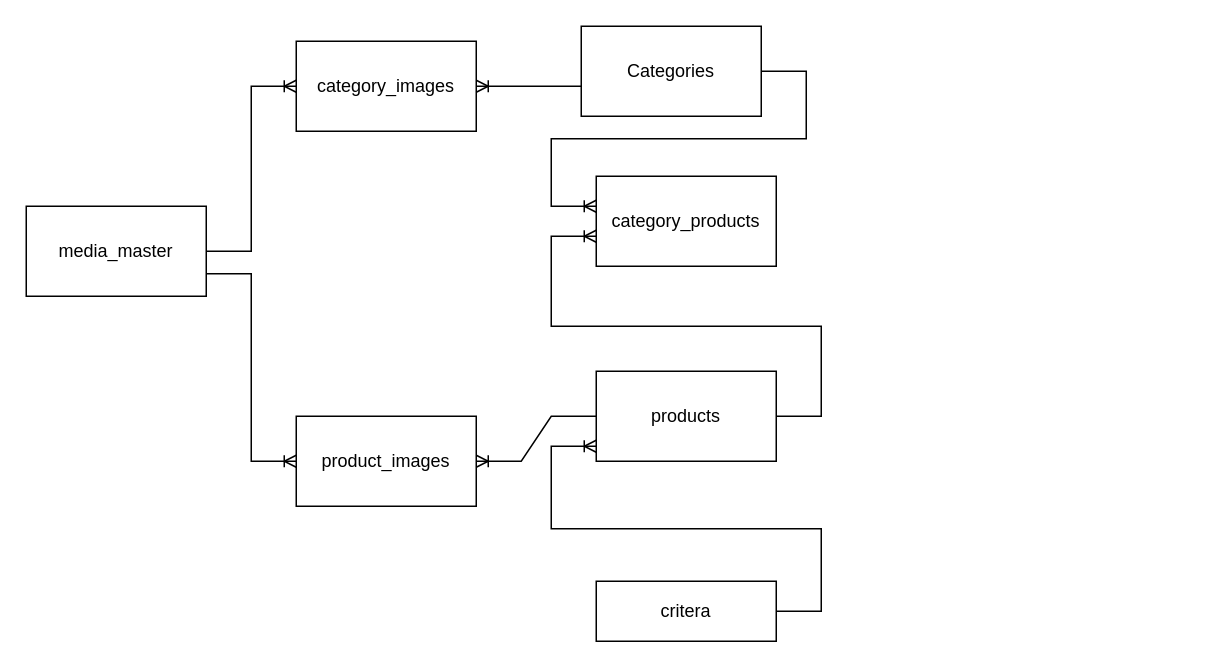
Sainath1998/git keeps this draw.io diagram as Untitled Diagram.drawio. Above is the earlier version. Source tidied: cells renumbered, new cells numbered last; positions are measured from the earlier drawing's top-left corner, leaving out a move shared by most shapes. Both pictures are drawn from the tidied source at 150%, with x=0, y=0 at pixel (26, 26).
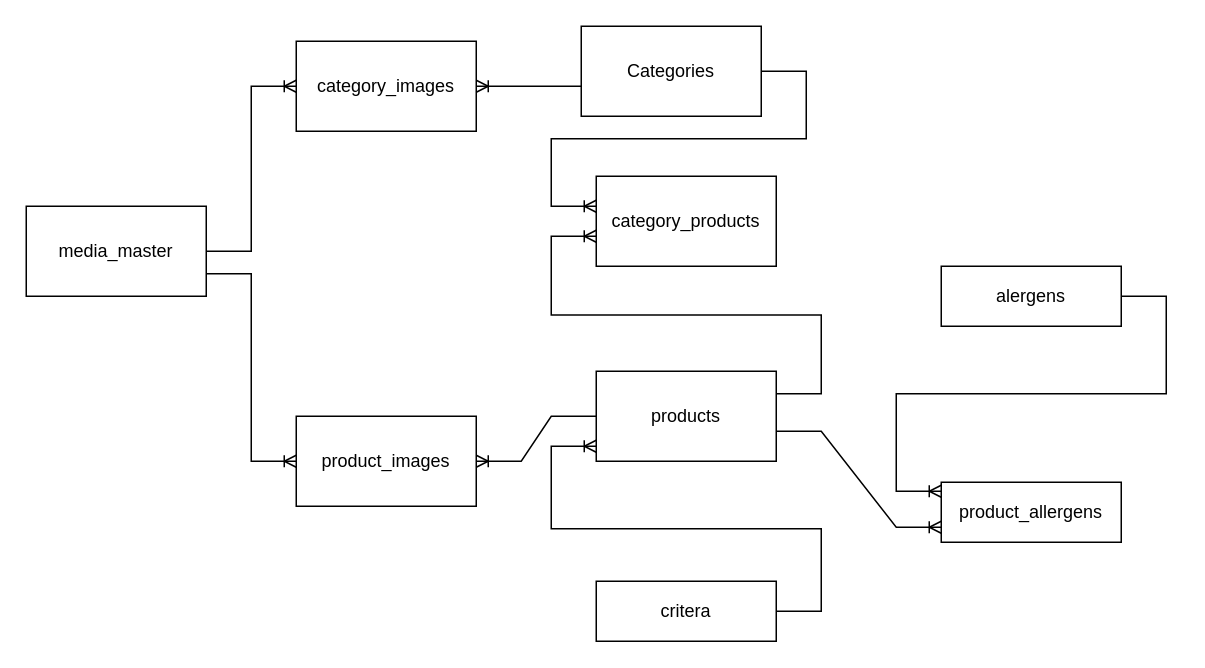
After the change.

Commit message:
category_products

Unchanged cells that the change refers to:
```xml
<mxCell id="4" value="products" style="rounded=0;whiteSpace=wrap;html=1;" parent="1" vertex="1">
  <mxGeometry x="380" y="230" width="120" height="60" as="geometry" />
</mxCell>
```

Change to the diagram source:
```diff
@@
-    <mxCell id="6" style="edgeStyle=entityRelationEdgeStyle;fontSize=12;html=1;endArrow=ERoneToMany;rounded=0;exitX=1;exitY=0.5;exitDx=0;exitDy=0;" parent="1" edge="1" source="4">
+    <mxCell id="6" style="edgeStyle=entityRelationEdgeStyle;fontSize=12;html=1;endArrow=ERoneToMany;rounded=0;exitX=1;exitY=0.25;exitDx=0;exitDy=0;" parent="1" edge="1" source="4">
       <mxGeometry relative="1" as="geometry">
         <mxPoint x="380" y="140" as="targetPoint" />
       </mxGeometry>
     </mxCell>
@@
+    <mxCell id="16" value="alergens" style="rounded=0;whiteSpace=wrap;html=1;" parent="1" vertex="1">
+      <mxGeometry x="610" y="160" width="120" height="40" as="geometry" />
+    </mxCell>
+    <mxCell id="17" value="product_allergens" style="rounded=0;whiteSpace=wrap;html=1;" parent="1" vertex="1">
+      <mxGeometry x="610" y="304" width="120" height="40" as="geometry" />
+    </mxCell>
+    <mxCell id="18" style="edgeStyle=entityRelationEdgeStyle;fontSize=12;html=1;endArrow=ERoneToMany;rounded=0;entryX=0;entryY=0.75;entryDx=0;entryDy=0;" parent="1" edge="1" target="17">
+      <mxGeometry relative="1" as="geometry">
+        <mxPoint x="500" y="270" as="sourcePoint" />
+      </mxGeometry>
+    </mxCell>
+    <mxCell id="19" style="edgeStyle=entityRelationEdgeStyle;fontSize=12;html=1;endArrow=ERoneToMany;rounded=0;exitX=1;exitY=0.5;exitDx=0;exitDy=0;" parent="1" edge="1" source="16">
+      <mxGeometry relative="1" as="geometry">
+        <mxPoint x="610" y="310" as="targetPoint" />
+      </mxGeometry>
+    </mxCell>
```
